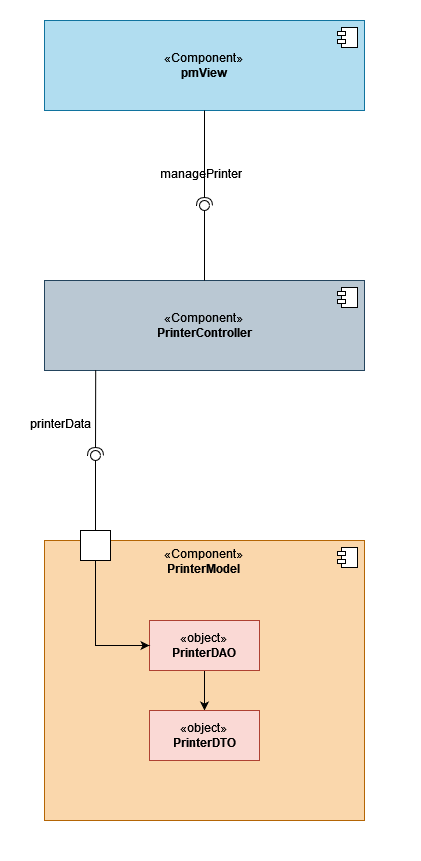
The draw.io diagram Document/2. Task/3. Architecture Design/[module 3] Component.png in Frankie2030/HCMUT-SSPS-241, before a commit. Source tidied: cells renumbered, new cells last; positions are measured from the earlier drawing's top-left corner, leaving out a move shared by most shapes. Its diagram source:
```xml
<mxGraphModel>
  <root>
    <mxCell id="0" />
    <mxCell id="1" parent="0" />
    <mxCell id="2" style="rounded=0;whiteSpace=wrap;html=1;strokeColor=#FFFFFF;" parent="1" vertex="1">
      <mxGeometry width="420" height="860" as="geometry" />
    </mxCell>
    <mxCell id="3" value="«Component»&lt;br&gt;&lt;b&gt;pmView&lt;/b&gt;" style="html=1;whiteSpace=wrap;fillColor=#b1ddf0;strokeColor=#10739e;" parent="1" vertex="1">
      <mxGeometry x="44" y="20" width="320" height="90" as="geometry" />
    </mxCell>
    <mxCell id="4" style="shape=module;jettyWidth=8;jettyHeight=4;" parent="3" vertex="1">
      <mxGeometry x="1" width="20" height="20" relative="1" as="geometry">
        <mxPoint x="-27" y="7" as="offset" />
      </mxGeometry>
    </mxCell>
    <mxCell id="5" value="«Component»&lt;br&gt;&lt;b&gt;PrinterController&lt;/b&gt;" style="html=1;whiteSpace=wrap;fillColor=#bac8d3;strokeColor=#23445d;" parent="1" vertex="1">
      <mxGeometry x="44" y="280" width="320" height="90" as="geometry" />
    </mxCell>
    <mxCell id="6" style="shape=module;jettyWidth=8;jettyHeight=4;" parent="5" vertex="1">
      <mxGeometry x="1" width="20" height="20" relative="1" as="geometry">
        <mxPoint x="-27" y="7" as="offset" />
      </mxGeometry>
    </mxCell>
    <mxCell id="7" value="«Component»&lt;br&gt;&lt;b&gt;PrinterModel&lt;/b&gt;" style="html=1;whiteSpace=wrap;verticalAlign=top;fillColor=#fad7ac;strokeColor=#b46504;" parent="1" vertex="1">
      <mxGeometry x="44" y="540" width="320" height="280" as="geometry" />
    </mxCell>
    <mxCell id="8" style="shape=module;jettyWidth=8;jettyHeight=4;" parent="7" vertex="1">
      <mxGeometry x="1" width="20" height="20" relative="1" as="geometry">
        <mxPoint x="-27" y="7" as="offset" />
      </mxGeometry>
    </mxCell>
    <mxCell id="9" style="edgeStyle=orthogonalEdgeStyle;rounded=0;jettySize=auto;html=1;entryX=0.5;entryY=0;entryDx=0;entryDy=0;" parent="1" edge="1" source="10" target="11">
      <mxGeometry relative="1" as="geometry" />
    </mxCell>
    <mxCell id="10" value="«object»&lt;br&gt;&lt;b&gt;PrinterDAO&lt;/b&gt;" style="html=1;whiteSpace=wrap;fillColor=#fad9d5;strokeColor=#ae4132;" parent="1" vertex="1">
      <mxGeometry x="149" y="620" width="110" height="50" as="geometry" />
    </mxCell>
    <mxCell id="11" value="«object»&lt;br&gt;&lt;b&gt;PrinterDTO&lt;/b&gt;" style="html=1;whiteSpace=wrap;fillColor=#fad9d5;strokeColor=#ae4132;" parent="1" vertex="1">
      <mxGeometry x="149" y="710" width="110" height="50" as="geometry" />
    </mxCell>
    <mxCell id="12" style="rounded=0;jettySize=auto;html=1;endArrow=halfCircle;endFill=0;endSize=6;strokeWidth=1;sketch=0;exitX=0.5;exitY=1;exitDx=0;exitDy=0;" parent="1" edge="1" source="3" target="14">
      <mxGeometry relative="1" as="geometry" />
    </mxCell>
    <mxCell id="13" style="rounded=0;jettySize=auto;html=1;endArrow=oval;endFill=0;sketch=0;sourcePerimeterSpacing=0;targetPerimeterSpacing=0;endSize=10;exitX=0.5;exitY=0;exitDx=0;exitDy=0;" parent="1" edge="1" source="5" target="14">
      <mxGeometry relative="1" as="geometry" />
    </mxCell>
    <mxCell id="14" style="ellipse;whiteSpace=wrap;html=1;align=center;fillColor=none;strokeColor=none;perimeter=centerPerimeter;points=[];outlineConnect=1;" parent="1" vertex="1">
      <mxGeometry x="199" y="200" width="10" height="10" as="geometry" />
    </mxCell>
    <mxCell id="15" value="managePrinter" style="text;html=1;align=center;verticalAlign=middle;strokeColor=none;fillColor=none;" parent="1" vertex="1">
      <mxGeometry x="150" y="158" width="100" height="30" as="geometry" />
    </mxCell>
    <mxCell id="16" style="edgeStyle=orthogonalEdgeStyle;rounded=0;jettySize=auto;html=1;entryX=0;entryY=0.5;entryDx=0;entryDy=0;" parent="1" edge="1" source="17" target="10">
      <mxGeometry relative="1" as="geometry">
        <Array as="points">
          <mxPoint x="95" y="645" />
        </Array>
      </mxGeometry>
    </mxCell>
    <mxCell id="17" style="html=1;rounded=0;" parent="1" vertex="1">
      <mxGeometry x="80" y="530" width="30" height="30" as="geometry" />
    </mxCell>
    <mxCell id="18" style="rounded=0;jettySize=auto;html=1;endArrow=halfCircle;endFill=0;endSize=6;strokeWidth=1;sketch=0;exitX=0.16;exitY=0.997;exitDx=0;exitDy=0;exitPerimeter=0;" parent="1" edge="1" source="5" target="20">
      <mxGeometry relative="1" as="geometry" />
    </mxCell>
    <mxCell id="19" style="rounded=0;jettySize=auto;html=1;endArrow=oval;endFill=0;sketch=0;sourcePerimeterSpacing=0;targetPerimeterSpacing=0;endSize=10;exitX=0.5;exitY=0;exitDx=0;exitDy=0;" parent="1" edge="1" source="17" target="20">
      <mxGeometry relative="1" as="geometry" />
    </mxCell>
    <mxCell id="20" style="ellipse;whiteSpace=wrap;html=1;align=center;fillColor=none;strokeColor=none;perimeter=centerPerimeter;points=[];outlineConnect=1;" parent="1" vertex="1">
      <mxGeometry x="90" y="450" width="10" height="10" as="geometry" />
    </mxCell>
    <mxCell id="21" value="printerData" style="text;html=1;align=center;verticalAlign=middle;strokeColor=none;fillColor=none;" parent="1" vertex="1">
      <mxGeometry x="20" y="408" width="80" height="30" as="geometry" />
    </mxCell>
  </root>
</mxGraphModel>
```
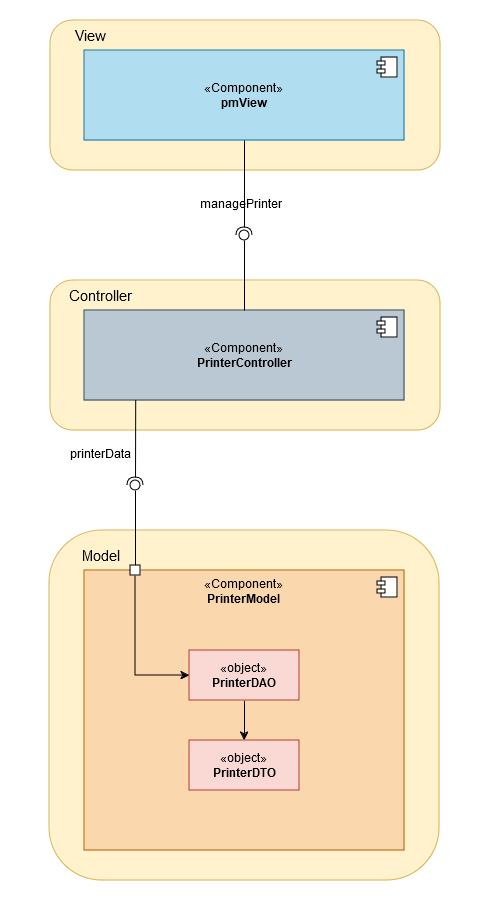
After the commit.

What changed in the source:
```diff
@@ -3,8 +3,17 @@
     <mxCell id="0" />
     <mxCell id="1" parent="0" />
     <mxCell id="2" style="rounded=0;whiteSpace=wrap;html=1;strokeColor=#FFFFFF;" parent="1" vertex="1">
-      <mxGeometry width="420" height="860" as="geometry" />
+      <mxGeometry x="-40" y="-30" width="490" height="910" as="geometry" />
     </mxCell>
+    <mxCell id="22" style="rounded=1;whiteSpace=wrap;html=1;fillColor=#fff2cc;strokeColor=#d6b656;" parent="1" vertex="1">
+      <mxGeometry x="9" y="500" width="390" height="350" as="geometry" />
+    </mxCell>
+    <mxCell id="23" style="rounded=1;whiteSpace=wrap;html=1;fillColor=#fff2cc;strokeColor=#d6b656;" parent="1" vertex="1">
+      <mxGeometry x="10" y="250" width="390" height="150" as="geometry" />
+    </mxCell>
+    <mxCell id="24" style="rounded=1;whiteSpace=wrap;html=1;fillColor=#fff2cc;strokeColor=#d6b656;" parent="1" vertex="1">
+      <mxGeometry x="10" y="-10" width="390" height="150" as="geometry" />
+    </mxCell>
     <mxCell id="3" value="«Component»&lt;br&gt;&lt;b&gt;pmView&lt;/b&gt;" style="html=1;whiteSpace=wrap;fillColor=#b1ddf0;strokeColor=#10739e;" parent="1" vertex="1">
       <mxGeometry x="44" y="20" width="320" height="90" as="geometry" />
     </mxCell>
@@ -50,20 +59,17 @@
     <mxCell id="15" value="managePrinter" style="text;html=1;align=center;verticalAlign=middle;strokeColor=none;fillColor=none;" parent="1" vertex="1">
       <mxGeometry x="150" y="158" width="100" height="30" as="geometry" />
     </mxCell>
-    <mxCell id="16" style="edgeStyle=orthogonalEdgeStyle;rounded=0;jettySize=auto;html=1;entryX=0;entryY=0.5;entryDx=0;entryDy=0;" parent="1" edge="1" source="17" target="10">
+    <mxCell id="16" style="edgeStyle=orthogonalEdgeStyle;rounded=0;jettySize=auto;html=1;entryX=0;entryY=0.5;entryDx=0;entryDy=0;exitX=0.5;exitY=1;exitDx=0;exitDy=0;" parent="1" edge="1" source="25" target="10">
       <mxGeometry relative="1" as="geometry">
         <Array as="points">
           <mxPoint x="95" y="645" />
         </Array>
       </mxGeometry>
     </mxCell>
-    <mxCell id="17" style="html=1;rounded=0;" parent="1" vertex="1">
-      <mxGeometry x="80" y="530" width="30" height="30" as="geometry" />
-    </mxCell>
     <mxCell id="18" style="rounded=0;jettySize=auto;html=1;endArrow=halfCircle;endFill=0;endSize=6;strokeWidth=1;sketch=0;exitX=0.16;exitY=0.997;exitDx=0;exitDy=0;exitPerimeter=0;" parent="1" edge="1" source="5" target="20">
       <mxGeometry relative="1" as="geometry" />
     </mxCell>
-    <mxCell id="19" style="rounded=0;jettySize=auto;html=1;endArrow=oval;endFill=0;sketch=0;sourcePerimeterSpacing=0;targetPerimeterSpacing=0;endSize=10;exitX=0.5;exitY=0;exitDx=0;exitDy=0;" parent="1" edge="1" source="17" target="20">
+    <mxCell id="19" style="rounded=0;jettySize=auto;html=1;endArrow=oval;endFill=0;sketch=0;sourcePerimeterSpacing=0;targetPerimeterSpacing=0;endSize=10;exitX=0.5;exitY=0;exitDx=0;exitDy=0;" parent="1" edge="1" source="25" target="20">
       <mxGeometry relative="1" as="geometry" />
     </mxCell>
     <mxCell id="20" style="ellipse;whiteSpace=wrap;html=1;align=center;fillColor=none;strokeColor=none;perimeter=centerPerimeter;points=[];outlineConnect=1;" parent="1" vertex="1">
@@ -72,5 +78,17 @@
     <mxCell id="21" value="printerData" style="text;html=1;align=center;verticalAlign=middle;strokeColor=none;fillColor=none;" parent="1" vertex="1">
       <mxGeometry x="20" y="408" width="80" height="30" as="geometry" />
     </mxCell>
+    <mxCell id="25" style="html=1;rounded=0;" parent="1" vertex="1">
+      <mxGeometry x="90" y="535" width="10" height="10" as="geometry" />
+    </mxCell>
+    <mxCell id="26" value="&lt;font style=&quot;font-size: 15px;&quot;&gt;View&lt;/font&gt;" style="text;html=1;align=center;verticalAlign=middle;strokeColor=none;fillColor=none;" parent="1" vertex="1">
+      <mxGeometry x="20" y="-10" width="60" height="30" as="geometry" />
+    </mxCell>
+    <mxCell id="27" value="&lt;font style=&quot;font-size: 15px;&quot;&gt;Controller&lt;/font&gt;" style="text;html=1;align=center;verticalAlign=middle;strokeColor=none;fillColor=none;" parent="1" vertex="1">
+      <mxGeometry x="15" y="250" width="90" height="30" as="geometry" />
+    </mxCell>
+    <mxCell id="28" value="&lt;font style=&quot;font-size: 15px;&quot;&gt;Model&lt;/font&gt;" style="text;html=1;align=center;verticalAlign=middle;strokeColor=none;fillColor=none;" parent="1" vertex="1">
+      <mxGeometry x="30" y="510" width="60" height="30" as="geometry" />
+    </mxCell>
   </root>
 </mxGraphModel>
```
